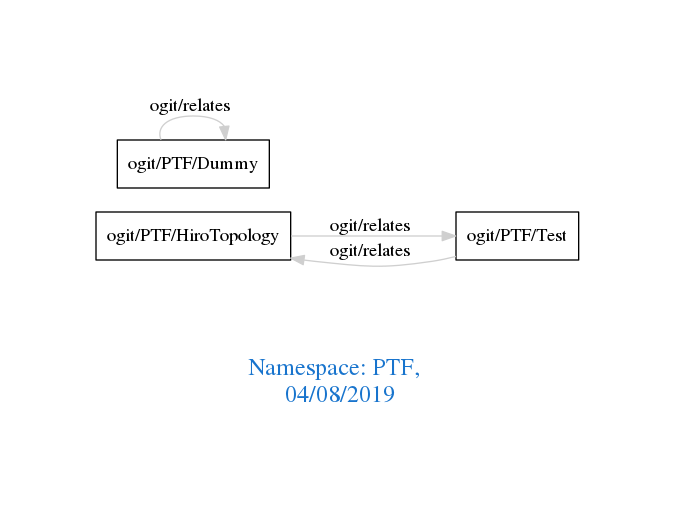
Before: downloads/PTF.png, a diagram exported from Graphviz (arago/OGIT). Its source is kept beside it as downloads/PTF.dot.
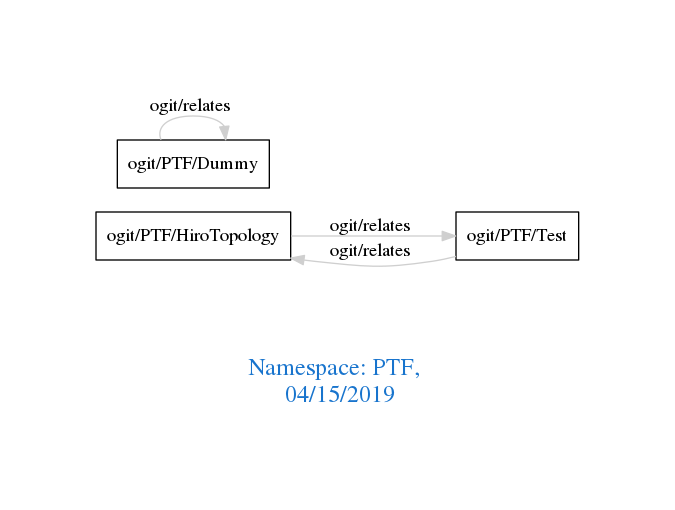
The same diagram one commit later.

Change to the diagram source:
```diff
@@ -1,7 +1,7 @@
 digraph OGIT_ontology {
  graph [ rankdir= LR,pad=1
 fontsize = 18,
-fontcolor= dodgerblue3,label = "\n\n\nNamespace: PTF, \n 04/08/2019"];
+fontcolor= dodgerblue3,label = "\n\n\nNamespace: PTF, \n 04/15/2019"];
 node[shape=polygon];
 edge [  color="gray81"];
 
```
